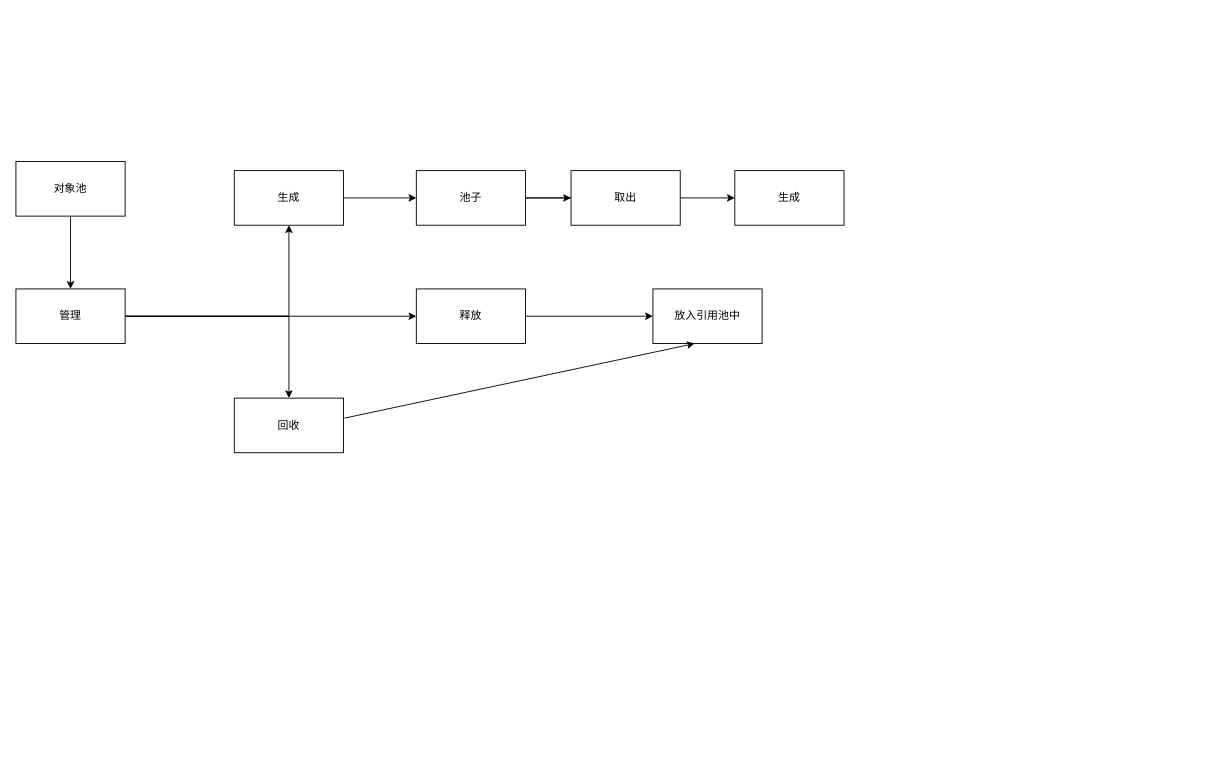
Before: 对象池.drawio in xzp3094997376/DrawIO, a draw.io diagram. Source tidied: cells renumbered, new cells numbered last; positions are measured from the earlier drawing's top-left corner, leaving out a move shared by most shapes. Both pictures are drawn from the tidied source at 91%, with x=0, y=0 at pixel (15, 161).
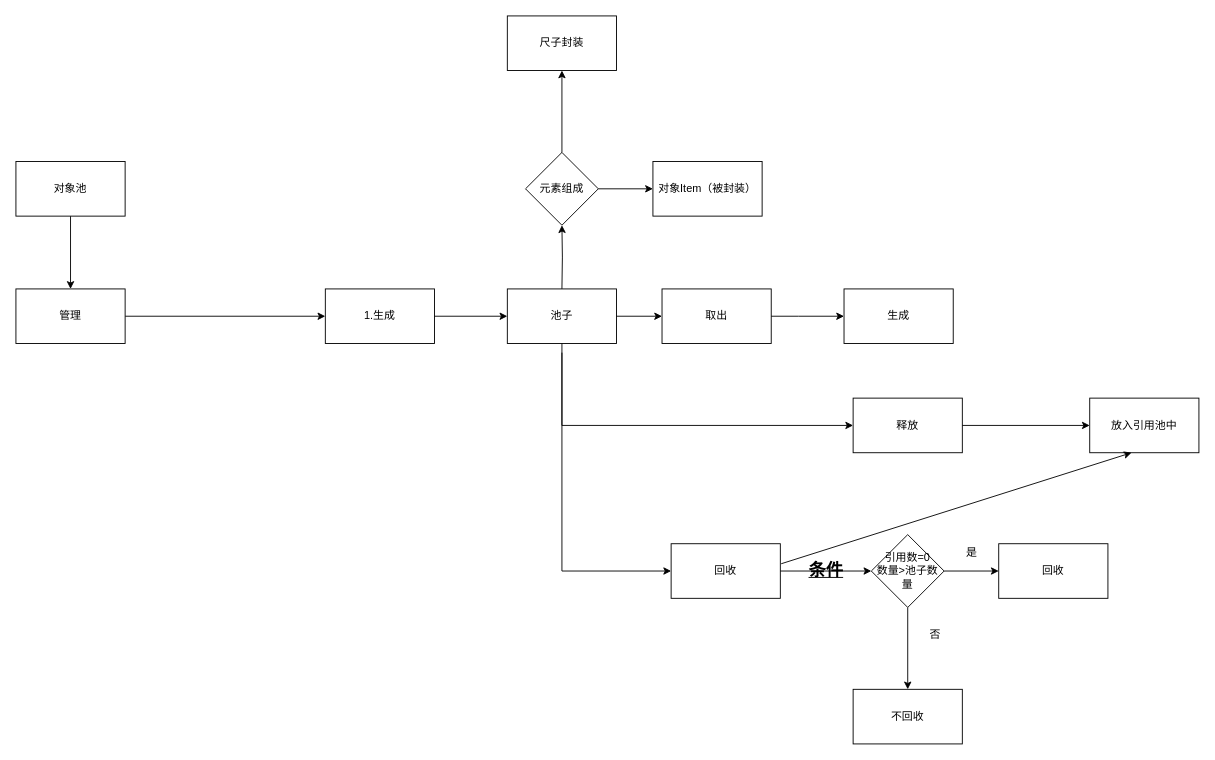
The same page after the edit.

What changed in the source:
```diff
@@
+    <mxCell id="7" value="管理" style="rounded=0;whiteSpace=wrap;html=1;" parent="1" vertex="1">
+      <mxGeometry y="140" width="120" height="60" as="geometry" />
+    </mxCell>
+    <mxCell id="20" style="group;" parent="1" vertex="1">
+      <mxGeometry x="340" y="-10" width="960" height="490" as="geometry" />
+    </mxCell>
-    <mxCell id="5" style="edgeStyle=orthogonalEdgeStyle;rounded=0;jettySize=auto;html=1;" parent="1" edge="1" source="7" target="10">
-      <mxGeometry relative="1" as="geometry" />
+    <mxCell id="5" style="edgeStyle=orthogonalEdgeStyle;rounded=0;jettySize=auto;html=1;" parent="20" edge="1" target="10">
+      <mxGeometry relative="1" as="geometry">
+        <mxPoint x="260" y="220" as="sourcePoint" />
+        <Array as="points">
+          <mxPoint x="260" y="460" />
+        </Array>
+      </mxGeometry>
     </mxCell>
-    <mxCell id="6" style="edgeStyle=orthogonalEdgeStyle;rounded=0;jettySize=auto;html=1;" parent="1" edge="1" source="7" target="12">
-      <mxGeometry relative="1" as="geometry" />
-    </mxCell>
-    <mxCell id="7" value="管理" style="rounded=0;whiteSpace=wrap;html=1;" parent="1" vertex="1">
-      <mxGeometry y="140" width="120" height="60" as="geometry" />
-    </mxCell>
-    <mxCell id="8" style="edgeStyle=orthogonalEdgeStyle;rounded=0;jettySize=auto;html=1;" parent="1" edge="1" source="9" target="16">
-      <mxGeometry relative="1" as="geometry" />
-    </mxCell>
+    <mxCell id="21" style="edgeStyle=orthogonalEdgeStyle;rounded=0;jettySize=auto;html=1;" parent="20" edge="1" target="22">
+      <mxGeometry relative="1" as="geometry">
+        <mxPoint x="260" y="150" as="sourcePoint" />
+      </mxGeometry>
+    </mxCell>
-    <mxCell id="9" value="生成" style="whiteSpace=wrap;html=1;rounded=0;" parent="1" vertex="1">
-      <mxGeometry x="240" y="10" width="120" height="60" as="geometry" />
+    <mxCell id="9" value="1.生成" style="whiteSpace=wrap;html=1;rounded=0;" parent="20" vertex="1">
+      <mxGeometry y="150" width="120" height="60" as="geometry" />
     </mxCell>
-    <mxCell id="10" value="回收" style="whiteSpace=wrap;html=1;rounded=0;" parent="1" vertex="1">
-      <mxGeometry x="240" y="260" width="120" height="60" as="geometry" />
+    <mxCell id="10" value="回收" style="whiteSpace=wrap;html=1;rounded=0;" parent="20" vertex="1">
+      <mxGeometry x="380" y="430" width="120" height="60" as="geometry" />
     </mxCell>
-    <mxCell id="11" style="edgeStyle=orthogonalEdgeStyle;rounded=0;jettySize=auto;html=1;" parent="1" edge="1" source="12" target="13">
-      <mxGeometry relative="1" as="geometry" />
-    </mxCell>
-    <mxCell id="12" value="释放" style="whiteSpace=wrap;html=1;rounded=0;" parent="1" vertex="1">
-      <mxGeometry x="440" y="140" width="120" height="60" as="geometry" />
+    <mxCell id="12" value="释放" style="whiteSpace=wrap;html=1;rounded=0;" parent="20" vertex="1">
+      <mxGeometry x="580" y="270" width="120" height="60" as="geometry" />
     </mxCell>
-    <mxCell id="13" value="放入引用池中" style="whiteSpace=wrap;html=1;rounded=0;" parent="1" vertex="1">
-      <mxGeometry x="700" y="140" width="120" height="60" as="geometry" />
+    <mxCell id="13" value="放入引用池中" style="whiteSpace=wrap;html=1;rounded=0;" parent="20" vertex="1">
+      <mxGeometry x="840" y="270" width="120" height="60" as="geometry" />
     </mxCell>
+    <mxCell id="11" style="edgeStyle=orthogonalEdgeStyle;rounded=0;jettySize=auto;html=1;" parent="20" edge="1" source="12" target="13">
+      <mxGeometry relative="1" as="geometry" />
+    </mxCell>
+    <mxCell id="16" value="池子" style="whiteSpace=wrap;html=1;rounded=0;" parent="20" vertex="1">
+      <mxGeometry x="200" y="150" width="120" height="60" as="geometry" />
+    </mxCell>
+    <mxCell id="8" style="edgeStyle=orthogonalEdgeStyle;rounded=0;jettySize=auto;html=1;" parent="20" edge="1" source="9" target="16">
+      <mxGeometry relative="1" as="geometry" />
+    </mxCell>
+    <mxCell id="6" style="edgeStyle=orthogonalEdgeStyle;rounded=0;jettySize=auto;html=1;exitX=0.5;exitY=1;exitDx=0;exitDy=0;" parent="20" edge="1" source="16" target="12">
+      <mxGeometry relative="1" as="geometry">
+        <Array as="points">
+          <mxPoint x="260" y="300" />
+        </Array>
+      </mxGeometry>
+    </mxCell>
+    <mxCell id="17" value="取出" style="whiteSpace=wrap;html=1;rounded=0;" parent="20" vertex="1">
+      <mxGeometry x="370" y="150" width="120" height="60" as="geometry" />
+    </mxCell>
-    <mxCell id="14" style="edgeStyle=orthogonalEdgeStyle;rounded=0;jettySize=auto;html=1;" parent="1" edge="1" source="16" target="17">
+    <mxCell id="14" style="edgeStyle=orthogonalEdgeStyle;rounded=0;jettySize=auto;html=1;" parent="20" edge="1" source="16" target="17">
       <mxGeometry relative="1" as="geometry" />
     </mxCell>
-    <mxCell id="15" style="edgeStyle=orthogonalEdgeStyle;rounded=0;jettySize=auto;html=1;" parent="1" edge="1" source="16" target="18">
-      <mxGeometry relative="1" as="geometry" />
-    </mxCell>
-    <mxCell id="16" value="池子" style="whiteSpace=wrap;html=1;rounded=0;" parent="1" vertex="1">
-      <mxGeometry x="440" y="10" width="120" height="60" as="geometry" />
-    </mxCell>
-    <mxCell id="17" value="取出" style="whiteSpace=wrap;html=1;rounded=0;" parent="1" vertex="1">
-      <mxGeometry x="610" y="10" width="120" height="60" as="geometry" />
-    </mxCell>
-    <mxCell id="18" value="生成" style="whiteSpace=wrap;html=1;rounded=0;" parent="1" vertex="1">
-      <mxGeometry x="790" y="10" width="120" height="60" as="geometry" />
+    <mxCell id="18" value="生成" style="whiteSpace=wrap;html=1;rounded=0;" parent="20" vertex="1">
+      <mxGeometry x="570" y="150" width="120" height="60" as="geometry" />
     </mxCell>
-    <mxCell id="19" style="endArrow=classic;html=1;rounded=0;exitX=1.008;exitY=0.367;exitDx=0;exitDy=0;exitPerimeter=0;entryX=0.383;entryY=1;entryDx=0;entryDy=0;entryPerimeter=0;" parent="1" edge="1" source="10" target="13">
+    <mxCell id="19" style="endArrow=classic;html=1;rounded=0;exitX=1.008;exitY=0.367;exitDx=0;exitDy=0;exitPerimeter=0;entryX=0.383;entryY=1;entryDx=0;entryDy=0;entryPerimeter=0;" parent="20" edge="1" source="10" target="13">
       <mxGeometry relative="1" as="geometry" />
     </mxCell>
+    <mxCell id="22" value="元素组成" style="rhombus;whiteSpace=wrap;html=1;rounded=0;" parent="20" vertex="1">
+      <mxGeometry x="220" width="80" height="80" as="geometry" />
+    </mxCell>
+    <mxCell id="23" value="对象Item（被封装）" style="whiteSpace=wrap;html=1;rounded=0;" parent="20" vertex="1">
+      <mxGeometry x="360" y="10" width="120" height="60" as="geometry" />
+    </mxCell>
+    <mxCell id="24" style="edgeStyle=orthogonalEdgeStyle;rounded=0;jettySize=auto;html=1;" parent="20" edge="1" source="22" target="23">
+      <mxGeometry relative="1" as="geometry" />
+    </mxCell>
+    <mxCell id="25" style="endArrow=classic;html=1;rounded=0;entryX=0;entryY=0.5;entryDx=0;entryDy=0;" parent="20" edge="1" target="18">
+      <mxGeometry relative="1" as="geometry">
+        <mxPoint x="490" y="180" as="sourcePoint" />
+        <Array as="points">
+          <mxPoint x="520" y="180" />
+        </Array>
+      </mxGeometry>
+    </mxCell>
+    <mxCell id="26" style="edgeStyle=orthogonalEdgeStyle;rounded=0;jettySize=auto;html=1;" parent="1" edge="1" source="28" target="30">
+      <mxGeometry relative="1" as="geometry" />
+    </mxCell>
+    <mxCell id="27" style="edgeStyle=orthogonalEdgeStyle;rounded=0;jettySize=auto;html=1;" parent="1" edge="1" source="28" target="31">
+      <mxGeometry relative="1" as="geometry" />
+    </mxCell>
+    <mxCell id="28" value="引用数=0&lt;br&gt;数量&amp;gt;池子数量" style="rhombus;whiteSpace=wrap;html=1;rounded=0;" parent="1" vertex="1">
+      <mxGeometry x="940" y="410" width="80" height="80" as="geometry" />
+    </mxCell>
+    <mxCell id="29" style="edgeStyle=orthogonalEdgeStyle;rounded=0;jettySize=auto;html=1;" parent="1" edge="1" source="10" target="28">
+      <mxGeometry relative="1" as="geometry" />
+    </mxCell>
+    <mxCell id="30" value="回收" style="whiteSpace=wrap;html=1;rounded=0;" parent="1" vertex="1">
+      <mxGeometry x="1080" y="420" width="120" height="60" as="geometry" />
+    </mxCell>
+    <mxCell id="31" value="不回收" style="whiteSpace=wrap;html=1;rounded=0;" parent="1" vertex="1">
+      <mxGeometry x="920" y="580" width="120" height="60" as="geometry" />
+    </mxCell>
+    <mxCell id="32" value="是" style="text;html=1;align=center;verticalAlign=middle;strokeColor=none;fillColor=none;" parent="1" vertex="1">
+      <mxGeometry x="1035" y="420" width="30" height="20" as="geometry" />
+    </mxCell>
+    <mxCell id="33" value="否" style="text;html=1;align=center;verticalAlign=middle;strokeColor=none;fillColor=none;" parent="1" vertex="1">
+      <mxGeometry x="995" y="510" width="30" height="20" as="geometry" />
+    </mxCell>
+    <mxCell id="34" value="&lt;b&gt;&lt;u style=&quot;&quot;&gt;&lt;font style=&quot;font-size: 19px;&quot;&gt;条件&lt;/font&gt;&lt;/u&gt;&lt;/b&gt;" style="text;html=1;align=center;verticalAlign=middle;strokeColor=none;fillColor=none;" parent="1" vertex="1">
+      <mxGeometry x="865" y="440" width="50" height="20" as="geometry" />
+    </mxCell>
+    <mxCell id="35" value="尺子封装" style="whiteSpace=wrap;html=1;rounded=0;" parent="1" vertex="1">
+      <mxGeometry x="540" y="-160" width="120" height="60" as="geometry" />
+    </mxCell>
+    <mxCell id="36" style="edgeStyle=orthogonalEdgeStyle;rounded=0;jettySize=auto;html=1;fontSize=19;" parent="1" edge="1" source="22" target="35">
+      <mxGeometry relative="1" as="geometry" />
+    </mxCell>
```
